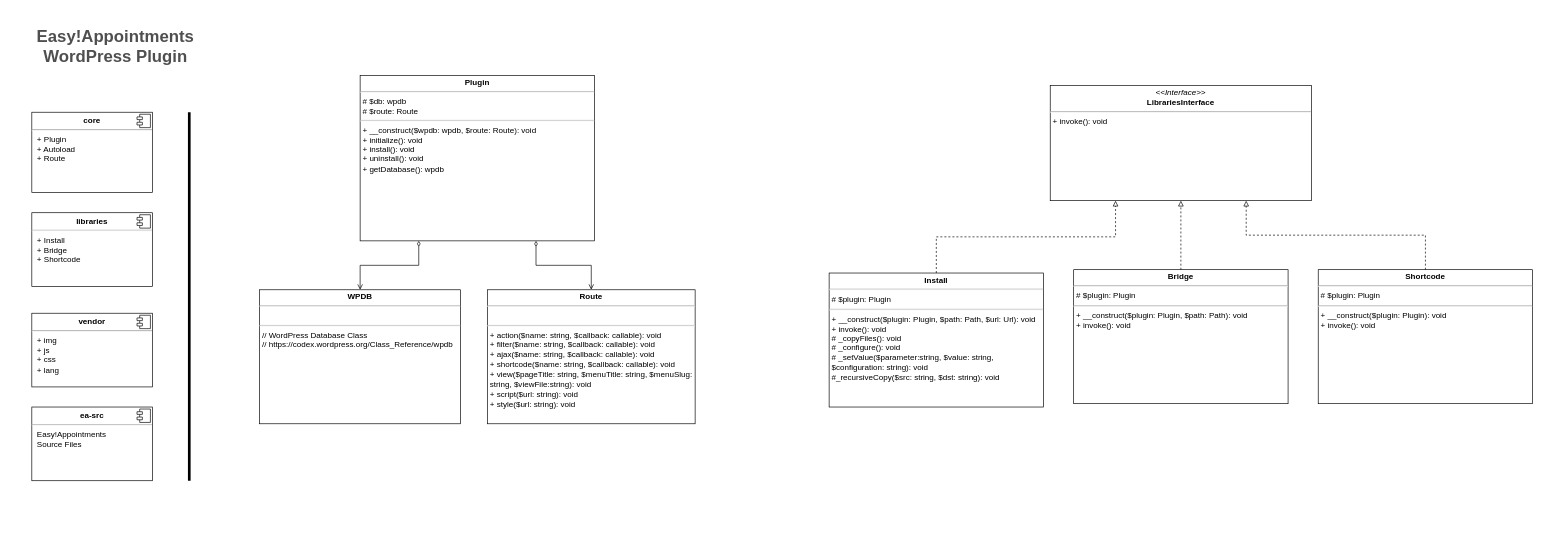
alextselegidis/easyappointments-wordpress keeps this draw.io diagram as doc/class-diagram.drawio.xml. Above is the earlier version. Source tidied: cells renumbered, new cells numbered last; positions are measured from the earlier drawing's top-left corner, leaving out a move shared by most shapes. Both pictures are drawn from the tidied source at 67%, with x=0, y=0 at pixel (11, 11).
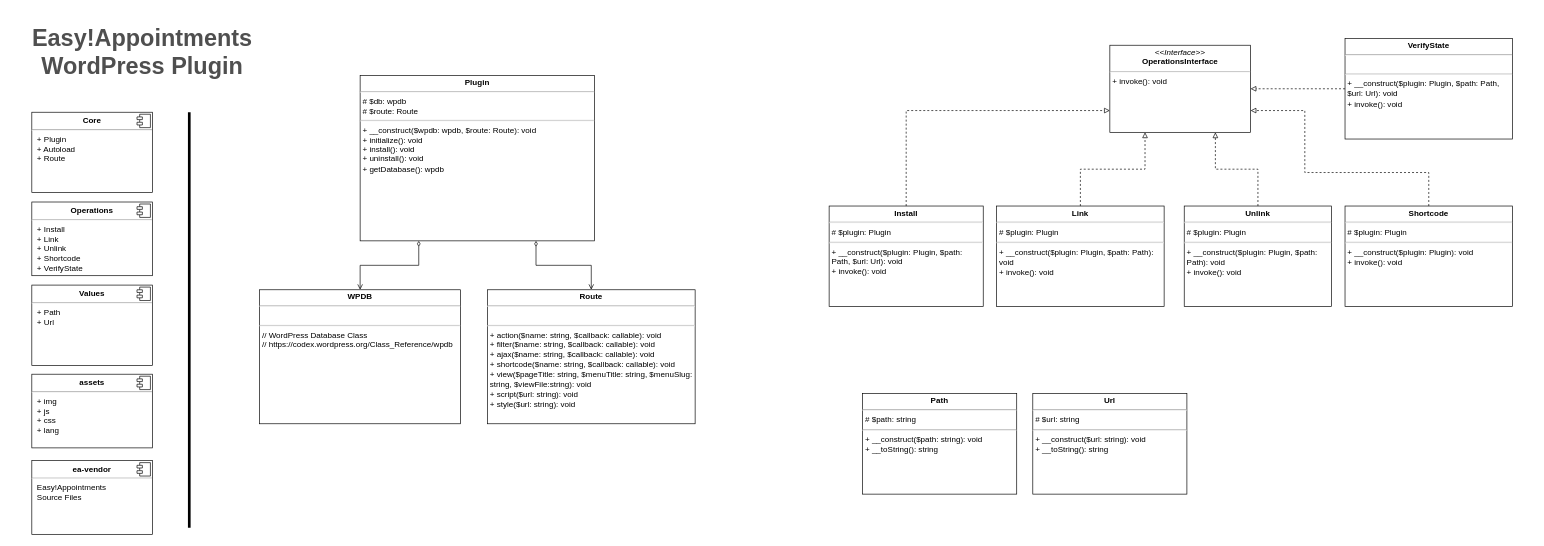
The same page after the edit.

Commit message:
Updated the class diagram

Diff of the diagram source:
```diff
@@
-    <mxCell id="2" value="Easy!Appointments &lt;br&gt;WordPress Plugin" style="text;html=1;strokeColor=none;fillColor=none;align=center;verticalAlign=middle;whiteSpace=wrap;overflow=hidden;fontSize=25;fontStyle=1;fontColor=#4F4F4F;" parent="1" vertex="1">
-      <mxGeometry width="310" height="100" as="geometry" />
+    <mxCell id="2" value="Easy!Appointments &lt;br&gt;WordPress Plugin" style="text;html=1;strokeColor=none;fillColor=none;align=center;verticalAlign=middle;whiteSpace=wrap;overflow=hidden;fontSize=35;fontStyle=1;fontColor=#4F4F4F;" parent="1" vertex="1">
+      <mxGeometry width="390" height="120" as="geometry" />
     </mxCell>
@@
-    <mxCell id="4" value="&lt;p style=&quot;margin: 0px ; margin-top: 6px ; text-align: center&quot;&gt;&lt;b&gt;core&lt;/b&gt;&lt;/p&gt;&lt;hr&gt;&lt;p style=&quot;margin: 0px ; margin-left: 8px&quot;&gt;+ Plugin&lt;/p&gt;&lt;p style=&quot;margin: 0px ; margin-left: 8px&quot;&gt;+ Autoload&lt;/p&gt;&lt;p style=&quot;margin: 0px ; margin-left: 8px&quot;&gt;+ Route&lt;/p&gt;&lt;p style=&quot;margin: 0px ; margin-left: 8px&quot;&gt;&lt;br&gt;&lt;/p&gt;&lt;p style=&quot;margin: 0px ; margin-left: 8px&quot;&gt;&lt;br&gt;&lt;/p&gt;" style="align=left;overflow=fill;html=1;" parent="1" vertex="1">
+    <mxCell id="4" value="&lt;p style=&quot;margin: 0px ; margin-top: 6px ; text-align: center&quot;&gt;&lt;b&gt;Core&lt;/b&gt;&lt;/p&gt;&lt;hr&gt;&lt;p style=&quot;margin: 0px ; margin-left: 8px&quot;&gt;+ Plugin&lt;/p&gt;&lt;p style=&quot;margin: 0px ; margin-left: 8px&quot;&gt;+ Autoload&lt;/p&gt;&lt;p style=&quot;margin: 0px ; margin-left: 8px&quot;&gt;+ Route&lt;/p&gt;&lt;p style=&quot;margin: 0px ; margin-left: 8px&quot;&gt;&lt;br&gt;&lt;/p&gt;&lt;p style=&quot;margin: 0px ; margin-left: 8px&quot;&gt;&lt;br&gt;&lt;/p&gt;" style="align=left;overflow=fill;html=1;" parent="1" vertex="1">
       <mxGeometry x="30" y="150" width="180" height="120" as="geometry" />
     </mxCell>
@@
     <mxCell id="6" style="line;direction=south;html=1;" parent="1" vertex="1">
-      <mxGeometry x="260" y="150" width="10" height="550" as="geometry" />
+      <mxGeometry x="260" y="150" width="10" height="620" as="geometry" />
     </mxCell>
-    <mxCell id="7" value="&lt;p style=&quot;margin: 0px ; margin-top: 6px ; text-align: center&quot;&gt;&lt;b&gt;libraries&lt;/b&gt;&lt;/p&gt;&lt;hr&gt;&lt;p style=&quot;margin: 0px ; margin-left: 8px&quot;&gt;+ Install&lt;/p&gt;&lt;p style=&quot;margin: 0px ; margin-left: 8px&quot;&gt;+ Bridge&lt;/p&gt;&lt;p style=&quot;margin: 0px ; margin-left: 8px&quot;&gt;+ Shortcode&lt;/p&gt;&lt;p style=&quot;margin: 0px ; margin-left: 8px&quot;&gt;&lt;br&gt;&lt;/p&gt;" style="align=left;overflow=fill;html=1;" parent="1" vertex="1">
-      <mxGeometry x="30" y="300" width="180" height="110" as="geometry" />
+    <mxCell id="7" value="&lt;p style=&quot;margin: 0px ; margin-top: 6px ; text-align: center&quot;&gt;&lt;b&gt;Operations&lt;/b&gt;&lt;/p&gt;&lt;hr&gt;&lt;p style=&quot;margin: 0px ; margin-left: 8px&quot;&gt;+ Install&lt;/p&gt;&lt;p style=&quot;margin: 0px ; margin-left: 8px&quot;&gt;+ Link&lt;/p&gt;&lt;p style=&quot;margin: 0px ; margin-left: 8px&quot;&gt;+ Unlink&lt;/p&gt;&lt;p style=&quot;margin: 0px ; margin-left: 8px&quot;&gt;+ Shortcode&lt;/p&gt;&lt;p style=&quot;margin: 0px ; margin-left: 8px&quot;&gt;+ VerifyState&lt;/p&gt;&lt;p style=&quot;margin: 0px ; margin-left: 8px&quot;&gt;&lt;br&gt;&lt;/p&gt;" style="align=left;overflow=fill;html=1;" parent="1" vertex="1">
+      <mxGeometry x="30" y="284" width="180" height="110" as="geometry" />
     </mxCell>
@@
-    <mxCell id="9" value="&lt;p style=&quot;margin: 0px ; margin-top: 6px ; text-align: center&quot;&gt;&lt;b&gt;vendor&lt;/b&gt;&lt;/p&gt;&lt;hr&gt;&lt;p style=&quot;margin: 0px ; margin-left: 8px&quot;&gt;+ img&lt;/p&gt;&lt;p style=&quot;margin: 0px ; margin-left: 8px&quot;&gt;+ js&lt;/p&gt;&lt;p style=&quot;margin: 0px ; margin-left: 8px&quot;&gt;+ css&lt;/p&gt;&lt;p style=&quot;margin: 0px ; margin-left: 8px&quot;&gt;+ lang&lt;/p&gt;&lt;p style=&quot;margin: 0px ; margin-left: 8px&quot;&gt;&lt;br&gt;&lt;/p&gt;" style="align=left;overflow=fill;html=1;" parent="1" vertex="1">
-      <mxGeometry x="30" y="450" width="180" height="110" as="geometry" />
+    <mxCell id="9" value="&lt;p style=&quot;margin: 0px ; margin-top: 6px ; text-align: center&quot;&gt;&lt;b&gt;assets&lt;/b&gt;&lt;/p&gt;&lt;hr&gt;&lt;p style=&quot;margin: 0px ; margin-left: 8px&quot;&gt;+ img&lt;/p&gt;&lt;p style=&quot;margin: 0px ; margin-left: 8px&quot;&gt;+ js&lt;/p&gt;&lt;p style=&quot;margin: 0px ; margin-left: 8px&quot;&gt;+ css&lt;/p&gt;&lt;p style=&quot;margin: 0px ; margin-left: 8px&quot;&gt;+ lang&lt;/p&gt;&lt;p style=&quot;margin: 0px ; margin-left: 8px&quot;&gt;&lt;br&gt;&lt;/p&gt;" style="align=left;overflow=fill;html=1;" parent="1" vertex="1">
+      <mxGeometry x="30" y="541" width="180" height="110" as="geometry" />
     </mxCell>
@@
-    <mxCell id="11" value="&lt;p style=&quot;margin: 0px ; margin-top: 6px ; text-align: center&quot;&gt;&lt;b&gt;ea-src&lt;/b&gt;&lt;/p&gt;&lt;hr&gt;&lt;p style=&quot;margin: 0px ; margin-left: 8px&quot;&gt;Easy!Appointments&amp;nbsp;&lt;/p&gt;&lt;p style=&quot;margin: 0px ; margin-left: 8px&quot;&gt;Source Files&lt;/p&gt;&lt;p style=&quot;margin: 0px ; margin-left: 8px&quot;&gt;&lt;br&gt;&lt;/p&gt;" style="align=left;overflow=fill;html=1;" parent="1" vertex="1">
-      <mxGeometry x="30" y="590" width="180" height="110" as="geometry" />
+    <mxCell id="11" value="&lt;p style=&quot;margin: 0px ; margin-top: 6px ; text-align: center&quot;&gt;&lt;b&gt;ea-vendor&lt;/b&gt;&lt;/p&gt;&lt;hr&gt;&lt;p style=&quot;margin: 0px ; margin-left: 8px&quot;&gt;Easy!Appointments&amp;nbsp;&lt;/p&gt;&lt;p style=&quot;margin: 0px ; margin-left: 8px&quot;&gt;Source Files&lt;/p&gt;&lt;p style=&quot;margin: 0px ; margin-left: 8px&quot;&gt;&lt;br&gt;&lt;/p&gt;" style="align=left;overflow=fill;html=1;" parent="1" vertex="1">
+      <mxGeometry x="30" y="670" width="180" height="110" as="geometry" />
     </mxCell>
@@
-    <mxCell id="13" value="&lt;p style=&quot;margin: 0px ; margin-top: 4px ; text-align: center&quot;&gt;&lt;b&gt;Install&lt;/b&gt;&lt;/p&gt;&lt;hr&gt;&lt;p style=&quot;margin: 0px ; margin-left: 4px&quot;&gt;&lt;span style=&quot;line-height: 15.1199998855591px&quot;&gt;# $plugin: Plugin&lt;/span&gt;&lt;br&gt;&lt;/p&gt;&lt;hr&gt;&lt;p style=&quot;margin: 0px ; margin-left: 4px&quot;&gt;+ __construct($plugin: Plugin, $path: Path, $url: Url&lt;span style=&quot;line-height: 1.26&quot;&gt;): void&lt;/span&gt;&lt;/p&gt;&lt;p style=&quot;margin: 0px ; margin-left: 4px&quot;&gt;+ invoke(): void&lt;/p&gt;&lt;p style=&quot;margin: 0px ; margin-left: 4px&quot;&gt;# _copyFiles(): void&lt;/p&gt;&lt;p style=&quot;margin: 0px ; margin-left: 4px&quot;&gt;# _configure(): void&lt;/p&gt;&lt;p style=&quot;margin: 0px ; margin-left: 4px&quot;&gt;# _setValue($parameter:string, $value: string, $configuration: string): void&lt;/p&gt;&lt;p style=&quot;margin: 0px ; margin-left: 4px&quot;&gt;#_recursiveCopy($src: string, $dst: string): void&lt;/p&gt;" style="verticalAlign=top;align=left;overflow=fill;fontSize=12;fontFamily=Helvetica;html=1;whiteSpace=wrap;" parent="1" vertex="1">
-      <mxGeometry x="1220" y="390" width="320" height="200" as="geometry" />
+    <mxCell id="13" value="&lt;p style=&quot;margin: 0px ; margin-top: 4px ; text-align: center&quot;&gt;&lt;b&gt;Install&lt;/b&gt;&lt;/p&gt;&lt;hr&gt;&lt;p style=&quot;margin: 0px ; margin-left: 4px&quot;&gt;&lt;span style=&quot;line-height: 15.1199998855591px&quot;&gt;# $plugin: Plugin&lt;/span&gt;&lt;br&gt;&lt;/p&gt;&lt;hr&gt;&lt;p style=&quot;margin: 0px ; margin-left: 4px&quot;&gt;+ __construct($plugin: Plugin, $path: Path, $url: Url&lt;span style=&quot;line-height: 1.26&quot;&gt;): void&lt;/span&gt;&lt;/p&gt;&lt;p style=&quot;margin: 0px ; margin-left: 4px&quot;&gt;+ invoke(): void&lt;/p&gt;" style="verticalAlign=top;align=left;overflow=fill;fontSize=12;fontFamily=Helvetica;html=1;whiteSpace=wrap;" parent="1" vertex="1">
+      <mxGeometry x="1220" y="290" width="230" height="150" as="geometry" />
     </mxCell>
-    <mxCell id="14" value="&lt;p style=&quot;margin: 0px ; margin-top: 4px ; text-align: center&quot;&gt;&lt;b&gt;Bridge&lt;/b&gt;&lt;/p&gt;&lt;hr&gt;&lt;p style=&quot;margin: 0px ; margin-left: 4px&quot;&gt;&lt;span style=&quot;line-height: 15.1199998855591px&quot;&gt;# $plugin: Plugin&lt;/span&gt;&lt;br&gt;&lt;/p&gt;&lt;hr&gt;&lt;p style=&quot;line-height: 15.1199998855591px ; margin: 0px 0px 0px 4px&quot;&gt;+ __construct($plugin: Plugin, $path: Path): void&lt;/p&gt;&lt;p style=&quot;line-height: 15.1199998855591px ; margin: 0px 0px 0px 4px&quot;&gt;+ invoke(): void&lt;/p&gt;" style="verticalAlign=top;align=left;overflow=fill;fontSize=12;fontFamily=Helvetica;html=1;whiteSpace=wrap;" parent="1" vertex="1">
-      <mxGeometry x="1585" y="385" width="320" height="200" as="geometry" />
+    <mxCell id="14" value="&lt;p style=&quot;margin: 0px ; margin-top: 4px ; text-align: center&quot;&gt;&lt;b&gt;Link&lt;/b&gt;&lt;/p&gt;&lt;hr&gt;&lt;p style=&quot;margin: 0px ; margin-left: 4px&quot;&gt;&lt;span style=&quot;line-height: 15.1199998855591px&quot;&gt;# $plugin: Plugin&lt;/span&gt;&lt;br&gt;&lt;/p&gt;&lt;hr&gt;&lt;p style=&quot;line-height: 15.1199998855591px ; margin: 0px 0px 0px 4px&quot;&gt;+ __construct($plugin: Plugin, $path: Path): void&lt;/p&gt;&lt;p style=&quot;line-height: 15.1199998855591px ; margin: 0px 0px 0px 4px&quot;&gt;+ invoke(): void&lt;/p&gt;" style="verticalAlign=top;align=left;overflow=fill;fontSize=12;fontFamily=Helvetica;html=1;whiteSpace=wrap;" parent="1" vertex="1">
+      <mxGeometry x="1470" y="290" width="250" height="150" as="geometry" />
     </mxCell>
-    <mxCell id="15" value="&lt;p style=&quot;margin: 0px ; margin-top: 4px ; text-align: center&quot;&gt;&lt;i&gt;&amp;lt;&amp;lt;Interface&amp;gt;&amp;gt;&lt;/i&gt;&lt;br&gt;&lt;b&gt;LibrariesInterface&lt;/b&gt;&lt;/p&gt;&lt;hr&gt;&lt;p style=&quot;margin: 0px ; margin-left: 4px&quot;&gt;&lt;/p&gt;&lt;p style=&quot;margin: 0px ; margin-left: 4px&quot;&gt;&lt;span style=&quot;line-height: 1.26&quot;&gt;+ invoke(): void&lt;/span&gt;&lt;br&gt;&lt;/p&gt;&lt;p style=&quot;margin: 0px ; margin-left: 4px&quot;&gt;&lt;br&gt;&lt;/p&gt;" style="verticalAlign=top;align=left;overflow=fill;fontSize=12;fontFamily=Helvetica;html=1;" parent="1" vertex="1">
-      <mxGeometry x="1550" y="110" width="390" height="172" as="geometry" />
+    <mxCell id="15" value="&lt;p style=&quot;margin: 0px ; margin-top: 4px ; text-align: center&quot;&gt;&lt;i&gt;&amp;lt;&amp;lt;Interface&amp;gt;&amp;gt;&lt;/i&gt;&lt;br&gt;&lt;b&gt;OperationsInterface&lt;/b&gt;&lt;/p&gt;&lt;hr&gt;&lt;p style=&quot;margin: 0px ; margin-left: 4px&quot;&gt;&lt;/p&gt;&lt;p style=&quot;margin: 0px ; margin-left: 4px&quot;&gt;&lt;span style=&quot;line-height: 1.26&quot;&gt;+ invoke(): void&lt;/span&gt;&lt;br&gt;&lt;/p&gt;&lt;p style=&quot;margin: 0px ; margin-left: 4px&quot;&gt;&lt;br&gt;&lt;/p&gt;" style="verticalAlign=top;align=left;overflow=fill;fontSize=12;fontFamily=Helvetica;html=1;" parent="1" vertex="1">
+      <mxGeometry x="1639" y="50" width="210" height="130" as="geometry" />
     </mxCell>
-    <mxCell id="16" style="edgeStyle=orthogonalEdgeStyle;rounded=0;html=1;exitX=0.5;exitY=0;entryX=0.25;entryY=1;endArrow=block;endFill=0;dashed=1;" parent="1" edge="1" source="13" target="15">
+    <mxCell id="16" style="edgeStyle=orthogonalEdgeStyle;rounded=0;html=1;exitX=0.5;exitY=0;entryX=0;entryY=0.75;endArrow=block;endFill=0;dashed=1;" parent="1" edge="1" source="13" target="15">
       <mxGeometry relative="1" as="geometry" />
     </mxCell>
-    <mxCell id="17" style="edgeStyle=orthogonalEdgeStyle;rounded=0;html=1;exitX=0.5;exitY=0;entryX=0.5;entryY=1;endArrow=block;endFill=0;dashed=1;" parent="1" edge="1" source="14" target="15">
-      <mxGeometry relative="1" as="geometry" />
+    <mxCell id="17" style="edgeStyle=orthogonalEdgeStyle;rounded=0;html=1;exitX=0.5;exitY=0;entryX=0.25;entryY=1;endArrow=block;endFill=0;dashed=1;" parent="1" edge="1" source="14" target="15">
+      <mxGeometry relative="1" as="geometry">
+        <Array as="points">
+          <mxPoint x="1595" y="235" />
+          <mxPoint x="1692" y="235" />
+        </Array>
+      </mxGeometry>
     </mxCell>
     <mxCell id="18" value="&lt;p style=&quot;margin: 0px ; margin-top: 4px ; text-align: center&quot;&gt;&lt;b&gt;Shortcode&lt;/b&gt;&lt;/p&gt;&lt;hr&gt;&lt;p style=&quot;margin: 0px ; margin-left: 4px&quot;&gt;&lt;span style=&quot;line-height: 15.1199998855591px&quot;&gt;# $plugin: Plugin&lt;/span&gt;&lt;br&gt;&lt;/p&gt;&lt;hr&gt;&lt;p style=&quot;line-height: 15.1199998855591px ; margin: 0px 0px 0px 4px&quot;&gt;+ __construct($plugin: Plugin): void&lt;/p&gt;&lt;p style=&quot;line-height: 15.1199998855591px ; margin: 0px 0px 0px 4px&quot;&gt;+ invoke(): void&lt;/p&gt;" style="verticalAlign=top;align=left;overflow=fill;fontSize=12;fontFamily=Helvetica;html=1;whiteSpace=wrap;" parent="1" vertex="1">
-      <mxGeometry x="1950" y="385" width="320" height="200" as="geometry" />
+      <mxGeometry x="1990" y="290" width="250" height="150" as="geometry" />
     </mxCell>
-    <mxCell id="19" style="edgeStyle=orthogonalEdgeStyle;rounded=0;html=1;exitX=0.5;exitY=0;entryX=0.75;entryY=1;dashed=1;endArrow=block;endFill=0;" parent="1" edge="1" source="18" target="15">
-      <mxGeometry relative="1" as="geometry" />
+    <mxCell id="19" style="edgeStyle=orthogonalEdgeStyle;rounded=0;html=1;exitX=0.5;exitY=0;entryX=1;entryY=0.75;dashed=1;endArrow=block;endFill=0;" parent="1" edge="1" source="18" target="15">
+      <mxGeometry relative="1" as="geometry">
+        <Array as="points">
+          <mxPoint x="2115" y="240" />
+          <mxPoint x="1930" y="240" />
+          <mxPoint x="1930" y="148" />
+        </Array>
+      </mxGeometry>
     </mxCell>
@@
+    <mxCell id="24" style="edgeStyle=orthogonalEdgeStyle;rounded=0;html=1;exitX=0.5;exitY=0;entryX=0.75;entryY=1;jettySize=auto;endArrow=block;endFill=0;dashed=1;" parent="1" edge="1" source="25" target="15">
+      <mxGeometry relative="1" as="geometry" />
+    </mxCell>
+    <mxCell id="25" value="&lt;p style=&quot;margin: 0px ; margin-top: 4px ; text-align: center&quot;&gt;&lt;b&gt;Unlink&lt;/b&gt;&lt;/p&gt;&lt;hr&gt;&lt;p style=&quot;margin: 0px ; margin-left: 4px&quot;&gt;&lt;span style=&quot;line-height: 15.1199998855591px&quot;&gt;# $plugin: Plugin&lt;/span&gt;&lt;br&gt;&lt;/p&gt;&lt;hr&gt;&lt;p style=&quot;line-height: 15.1199998855591px ; margin: 0px 0px 0px 4px&quot;&gt;+ __construct($plugin: Plugin, $path: Path): void&lt;/p&gt;&lt;p style=&quot;line-height: 15.1199998855591px ; margin: 0px 0px 0px 4px&quot;&gt;+ invoke(): void&lt;/p&gt;" style="verticalAlign=top;align=left;overflow=fill;fontSize=12;fontFamily=Helvetica;html=1;whiteSpace=wrap;" parent="1" vertex="1">
+      <mxGeometry x="1750" y="290" width="220" height="150" as="geometry" />
+    </mxCell>
+    <mxCell id="26" value="&lt;p style=&quot;margin: 0px ; margin-top: 6px ; text-align: center&quot;&gt;&lt;b&gt;Values&lt;/b&gt;&lt;/p&gt;&lt;hr&gt;&lt;p style=&quot;margin: 0px ; margin-left: 8px&quot;&gt;+ Path&lt;/p&gt;&lt;p style=&quot;margin: 0px ; margin-left: 8px&quot;&gt;+ Url&lt;/p&gt;&lt;p style=&quot;margin: 0px ; margin-left: 8px&quot;&gt;&lt;br&gt;&lt;/p&gt;&lt;p style=&quot;margin: 0px ; margin-left: 8px&quot;&gt;&lt;br&gt;&lt;/p&gt;" style="align=left;overflow=fill;html=1;" parent="1" vertex="1">
+      <mxGeometry x="30" y="408" width="180" height="120" as="geometry" />
+    </mxCell>
+    <mxCell id="27" style="shape=component;jettyWidth=8;jettyHeight=4;html=1;" parent="26" vertex="1">
+      <mxGeometry x="1" width="20" height="20" relative="1" as="geometry">
+        <mxPoint x="-23" y="3" as="offset" />
+      </mxGeometry>
+    </mxCell>
+    <mxCell id="28" value="&lt;p style=&quot;margin: 0px ; margin-top: 4px ; text-align: center&quot;&gt;&lt;b&gt;Path&lt;/b&gt;&lt;/p&gt;&lt;hr&gt;&lt;p style=&quot;margin: 0px ; margin-left: 4px&quot;&gt;&lt;span style=&quot;line-height: 15.1199998855591px&quot;&gt;# $path: string&lt;/span&gt;&lt;br&gt;&lt;/p&gt;&lt;hr&gt;&lt;p style=&quot;margin: 0px ; margin-left: 4px&quot;&gt;+ __construct($path: string&lt;span style=&quot;line-height: 1.26&quot;&gt;): void&lt;/span&gt;&lt;/p&gt;&lt;p style=&quot;margin: 0px ; margin-left: 4px&quot;&gt;+ __toString(): string&lt;/p&gt;" style="verticalAlign=top;align=left;overflow=fill;fontSize=12;fontFamily=Helvetica;html=1;whiteSpace=wrap;" parent="1" vertex="1">
+      <mxGeometry x="1270" y="570" width="230" height="150" as="geometry" />
+    </mxCell>
+    <mxCell id="29" value="&lt;p style=&quot;margin: 0px ; margin-top: 4px ; text-align: center&quot;&gt;&lt;b&gt;Url&lt;/b&gt;&lt;/p&gt;&lt;hr&gt;&lt;p style=&quot;margin: 0px ; margin-left: 4px&quot;&gt;&lt;span style=&quot;line-height: 15.1199998855591px&quot;&gt;# $url: string&lt;/span&gt;&lt;br&gt;&lt;/p&gt;&lt;hr&gt;&lt;p style=&quot;margin: 0px ; margin-left: 4px&quot;&gt;+ __construct($url: string&lt;span style=&quot;line-height: 1.26&quot;&gt;): void&lt;/span&gt;&lt;/p&gt;&lt;p style=&quot;margin: 0px ; margin-left: 4px&quot;&gt;+ __toString(): string&lt;/p&gt;" style="verticalAlign=top;align=left;overflow=fill;fontSize=12;fontFamily=Helvetica;html=1;whiteSpace=wrap;" parent="1" vertex="1">
+      <mxGeometry x="1524" y="570" width="230" height="150" as="geometry" />
+    </mxCell>
+    <mxCell id="30" style="edgeStyle=orthogonalEdgeStyle;rounded=0;html=1;exitX=0;exitY=0.5;entryX=1;entryY=0.5;dashed=1;endArrow=block;endFill=0;jettySize=auto;" parent="1" edge="1" source="31" target="15">
+      <mxGeometry relative="1" as="geometry" />
+    </mxCell>
+    <mxCell id="31" value="&lt;p style=&quot;margin: 0px ; margin-top: 4px ; text-align: center&quot;&gt;&lt;b&gt;VerifyState&lt;/b&gt;&lt;/p&gt;&lt;hr&gt;&lt;p style=&quot;margin: 0px ; margin-left: 4px&quot;&gt;&lt;br&gt;&lt;/p&gt;&lt;hr&gt;&lt;p style=&quot;line-height: 15.1199998855591px ; margin: 0px 0px 0px 4px&quot;&gt;+ __construct($plugin: Plugin, $path: Path, $url: Url): void&lt;/p&gt;&lt;p style=&quot;line-height: 15.1199998855591px ; margin: 0px 0px 0px 4px&quot;&gt;+ invoke(): void&lt;/p&gt;" style="verticalAlign=top;align=left;overflow=fill;fontSize=12;fontFamily=Helvetica;html=1;whiteSpace=wrap;" parent="1" vertex="1">
+      <mxGeometry x="1990" y="40" width="250" height="150" as="geometry" />
+    </mxCell>
```
